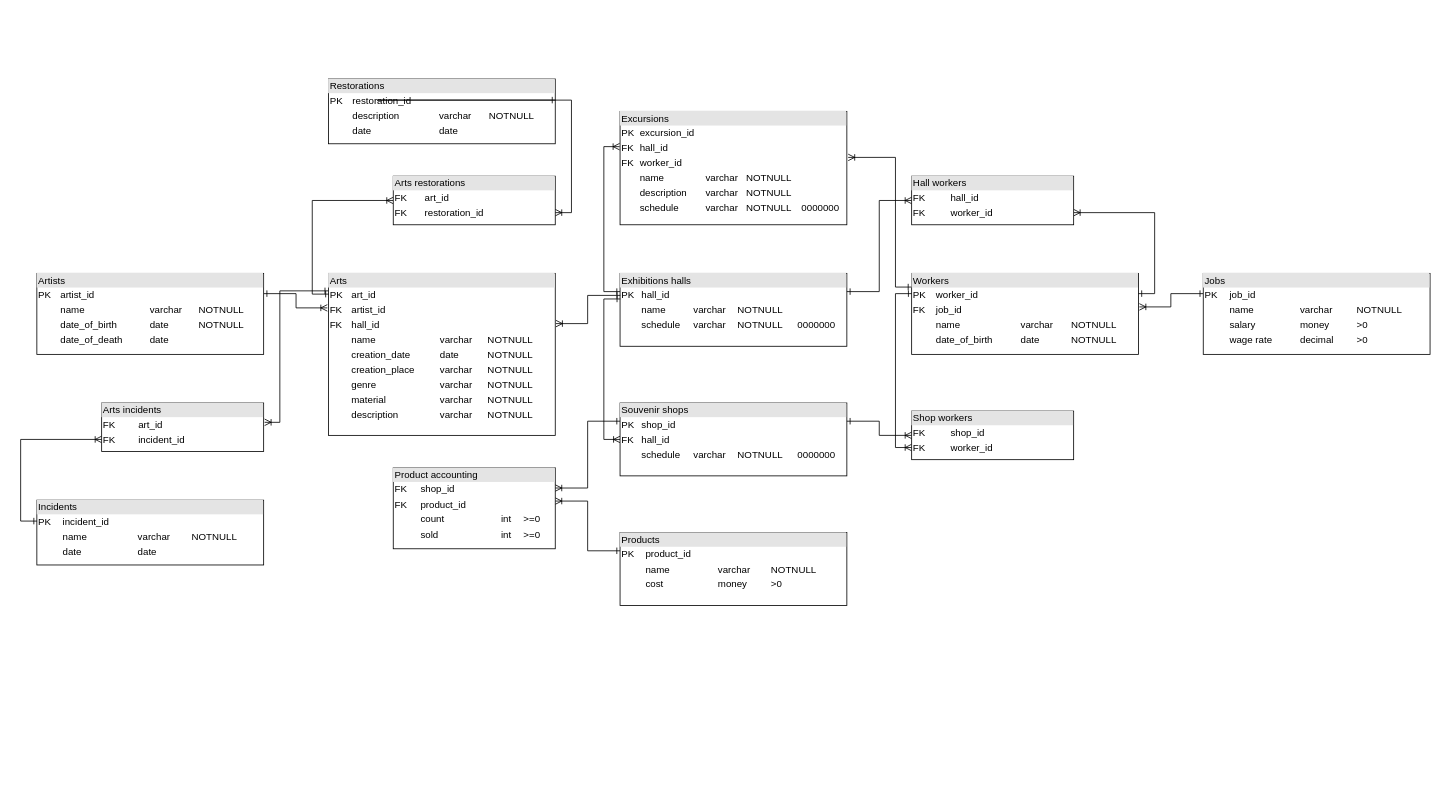
polyymorr/art-museum keeps this draw.io diagram as Art_museum_Morozova_Kakoulina_Vokina.drawio. Above is the earlier version. Source tidied: cells renumbered, new cells numbered last; positions are measured from the earlier drawing's top-left corner, leaving out a move shared by most shapes. Both pictures are drawn from the tidied source at 81%, with x=0, y=0 at pixel (36, 79).
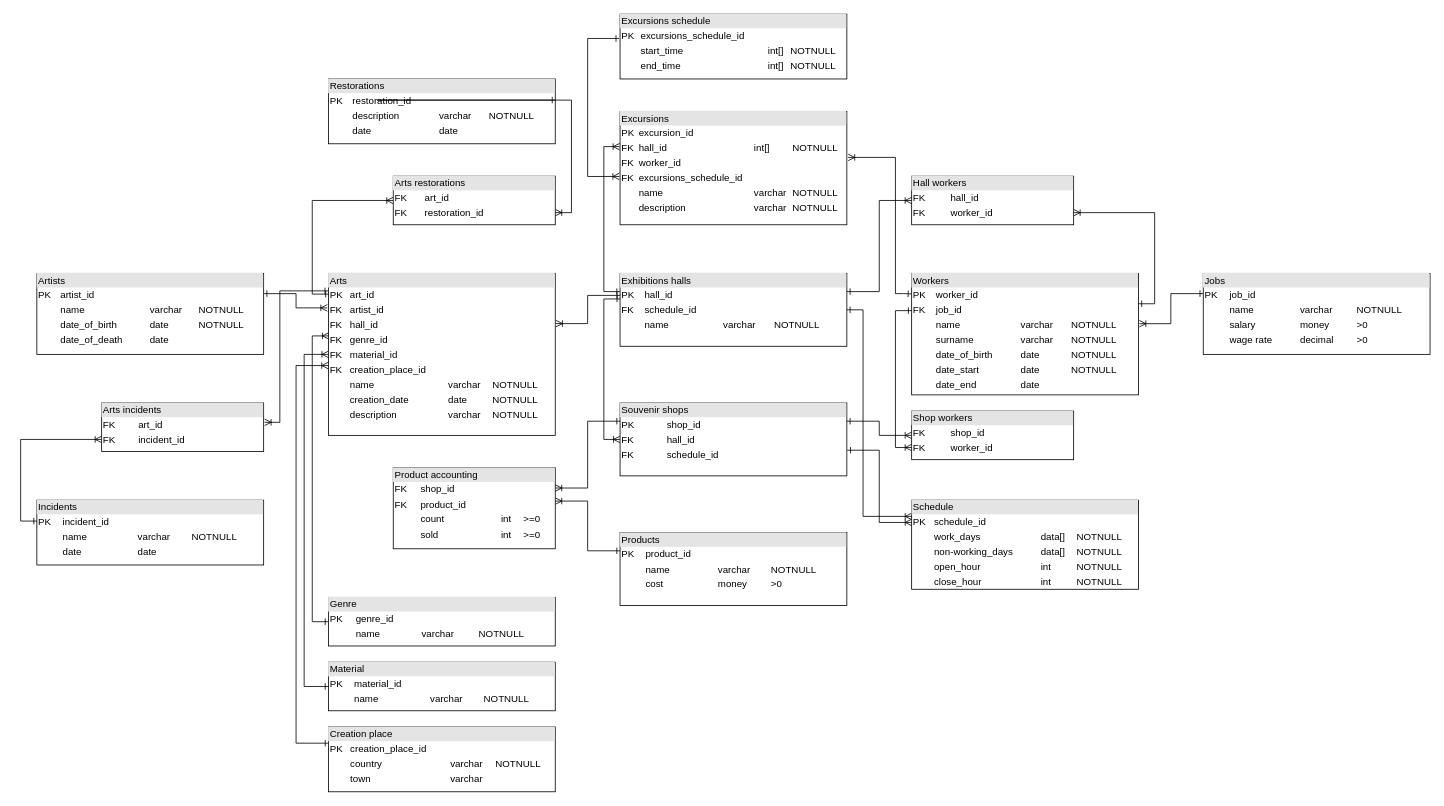
The same diagram, later.

Unchanged cells that the change refers to:
```xml
<mxCell id="14" value="&lt;div style=&quot;box-sizing: border-box ; width: 100% ; background: rgb(228 , 228 , 228) ; padding: 2px&quot;&gt;Shop workers&lt;/div&gt;&lt;table style=&quot;width: 100% ; font-size: 1em&quot; cellpadding=&quot;2&quot; cellspacing=&quot;0&quot;&gt;&lt;tbody&gt;&lt;tr&gt;&lt;td&gt;FK&lt;/td&gt;&lt;td&gt;shop_id&lt;br&gt;&lt;/td&gt;&lt;td&gt;&lt;br&gt;&lt;/td&gt;&lt;td&gt;&lt;br&gt;&lt;/td&gt;&lt;/tr&gt;&lt;tr&gt;&lt;td&gt;FK&lt;/td&gt;&lt;td&gt;worker_id&lt;/td&gt;&lt;td&gt;&lt;/td&gt;&lt;td&gt;&lt;br&gt;&lt;/td&gt;&lt;/tr&gt;&lt;/tbody&gt;&lt;/table&gt;" style="verticalAlign=top;align=left;overflow=fill;html=1;" parent="1" vertex="1">
  <mxGeometry x="1080" y="410" width="200" height="60" as="geometry" />
</mxCell>
```

Diff of the diagram source:
```diff
@@
-    <mxCell id="2" value="&lt;div style=&quot;box-sizing: border-box ; width: 100% ; background: #e4e4e4 ; padding: 2px&quot;&gt;Exhibitions halls&lt;/div&gt;&lt;table style=&quot;width: 100% ; font-size: 1em&quot; cellpadding=&quot;2&quot; cellspacing=&quot;0&quot;&gt;&lt;tbody&gt;&lt;tr&gt;&lt;td&gt;PK&lt;/td&gt;&lt;td&gt;hall_id&lt;br&gt;&lt;/td&gt;&lt;td&gt;&lt;br&gt;&lt;/td&gt;&lt;td&gt;&lt;br&gt;&lt;/td&gt;&lt;td&gt;&lt;br&gt;&lt;/td&gt;&lt;/tr&gt;&lt;tr&gt;&lt;td&gt;&lt;br&gt;&lt;/td&gt;&lt;td&gt;name&lt;/td&gt;&lt;td&gt;varchar&lt;/td&gt;&lt;td&gt;NOTNULL&lt;/td&gt;&lt;td&gt;&lt;br&gt;&lt;/td&gt;&lt;/tr&gt;&lt;tr&gt;&lt;td&gt;&lt;br&gt;&lt;/td&gt;&lt;td&gt;schedule&lt;/td&gt;&lt;td&gt;varchar&lt;/td&gt;&lt;td&gt;NOTNULL&lt;/td&gt;&lt;td&gt;0000000&lt;/td&gt;&lt;/tr&gt;&lt;/tbody&gt;&lt;/table&gt;" style="verticalAlign=top;align=left;overflow=fill;html=1;" parent="1" vertex="1">
+    <mxCell id="2" value="&lt;div style=&quot;box-sizing: border-box ; width: 100% ; background: #e4e4e4 ; padding: 2px&quot;&gt;Exhibitions halls&lt;/div&gt;&lt;table style=&quot;width: 100% ; font-size: 1em&quot; cellpadding=&quot;2&quot; cellspacing=&quot;0&quot;&gt;&lt;tbody&gt;&lt;tr&gt;&lt;td&gt;PK&lt;/td&gt;&lt;td&gt;hall_id&lt;br&gt;&lt;/td&gt;&lt;td&gt;&lt;br&gt;&lt;/td&gt;&lt;td&gt;&lt;br&gt;&lt;/td&gt;&lt;td&gt;&lt;br&gt;&lt;/td&gt;&lt;/tr&gt;&lt;tr&gt;&lt;td&gt;FK&lt;/td&gt;&lt;td&gt;schedule_id&lt;/td&gt;&lt;td&gt;&lt;br&gt;&lt;/td&gt;&lt;td&gt;&lt;br&gt;&lt;/td&gt;&lt;td&gt;&lt;br&gt;&lt;/td&gt;&lt;/tr&gt;&lt;tr&gt;&lt;td&gt;&lt;br&gt;&lt;/td&gt;&lt;td&gt;name&lt;/td&gt;&lt;td&gt;varchar&lt;/td&gt;&lt;td&gt;NOTNULL&lt;/td&gt;&lt;td&gt;&lt;br&gt;&lt;/td&gt;&lt;/tr&gt;&lt;/tbody&gt;&lt;/table&gt;" style="verticalAlign=top;align=left;overflow=fill;html=1;" parent="1" vertex="1">
       <mxGeometry x="720" y="240" width="280" height="90" as="geometry" />
     </mxCell>
@@
-    <mxCell id="4" value="&lt;div style=&quot;box-sizing: border-box ; width: 100% ; background: #e4e4e4 ; padding: 2px&quot;&gt;Souvenir shops&lt;/div&gt;&lt;table style=&quot;width: 100% ; font-size: 1em&quot; cellpadding=&quot;2&quot; cellspacing=&quot;0&quot;&gt;&lt;tbody&gt;&lt;tr&gt;&lt;td&gt;PK&lt;/td&gt;&lt;td&gt;shop_id&lt;br&gt;&lt;/td&gt;&lt;td&gt;&lt;br&gt;&lt;/td&gt;&lt;td&gt;&lt;br&gt;&lt;/td&gt;&lt;td&gt;&lt;br&gt;&lt;/td&gt;&lt;/tr&gt;&lt;tr&gt;&lt;td&gt;FK&lt;/td&gt;&lt;td&gt;hall_id&lt;br&gt;&lt;/td&gt;&lt;td&gt;&lt;/td&gt;&lt;td&gt;&lt;/td&gt;&lt;td&gt;&lt;/td&gt;&lt;/tr&gt;&lt;tr&gt;&lt;td&gt;&lt;br&gt;&lt;/td&gt;&lt;td&gt;schedule&lt;/td&gt;&lt;td&gt;varchar&lt;/td&gt;&lt;td&gt;NOTNULL&lt;/td&gt;&lt;td&gt;0000000&lt;/td&gt;&lt;/tr&gt;&lt;/tbody&gt;&lt;/table&gt;" style="verticalAlign=top;align=left;overflow=fill;html=1;" parent="1" vertex="1">
+    <mxCell id="4" value="&lt;div style=&quot;box-sizing: border-box ; width: 100% ; background: #e4e4e4 ; padding: 2px&quot;&gt;Souvenir shops&lt;/div&gt;&lt;table style=&quot;width: 100% ; font-size: 1em&quot; cellpadding=&quot;2&quot; cellspacing=&quot;0&quot;&gt;&lt;tbody&gt;&lt;tr&gt;&lt;td&gt;PK&lt;/td&gt;&lt;td&gt;shop_id&lt;br&gt;&lt;/td&gt;&lt;td&gt;&lt;br&gt;&lt;/td&gt;&lt;td&gt;&lt;br&gt;&lt;/td&gt;&lt;td&gt;&lt;br&gt;&lt;/td&gt;&lt;/tr&gt;&lt;tr&gt;&lt;td&gt;FK&lt;/td&gt;&lt;td&gt;hall_id&lt;br&gt;&lt;/td&gt;&lt;td&gt;&lt;/td&gt;&lt;td&gt;&lt;/td&gt;&lt;td&gt;&lt;/td&gt;&lt;/tr&gt;&lt;tr&gt;&lt;td&gt;FK&lt;/td&gt;&lt;td&gt;schedule_id&lt;/td&gt;&lt;td&gt;&lt;br&gt;&lt;/td&gt;&lt;td&gt;&lt;br&gt;&lt;/td&gt;&lt;td&gt;&lt;br&gt;&lt;/td&gt;&lt;/tr&gt;&lt;/tbody&gt;&lt;/table&gt;" style="verticalAlign=top;align=left;overflow=fill;html=1;" parent="1" vertex="1">
       <mxGeometry x="720" y="400" width="280" height="90" as="geometry" />
     </mxCell>
@@
-    <mxCell id="10" value="&lt;div style=&quot;box-sizing: border-box ; width: 100% ; background: #e4e4e4 ; padding: 2px&quot;&gt;Workers&lt;/div&gt;&lt;table style=&quot;width: 100% ; font-size: 1em&quot; cellpadding=&quot;2&quot; cellspacing=&quot;0&quot;&gt;&lt;tbody&gt;&lt;tr&gt;&lt;td&gt;PK&lt;/td&gt;&lt;td&gt;worker_id&lt;br&gt;&lt;/td&gt;&lt;td&gt;&lt;br&gt;&lt;/td&gt;&lt;td&gt;&lt;br&gt;&lt;/td&gt;&lt;/tr&gt;&lt;tr&gt;&lt;td&gt;FK&lt;/td&gt;&lt;td&gt;job_id&lt;/td&gt;&lt;td&gt;&lt;br&gt;&lt;/td&gt;&lt;td&gt;&lt;br&gt;&lt;/td&gt;&lt;/tr&gt;&lt;tr&gt;&lt;td&gt;&lt;br&gt;&lt;/td&gt;&lt;td&gt;name&lt;/td&gt;&lt;td&gt;varchar&lt;/td&gt;&lt;td&gt;NOTNULL&lt;/td&gt;&lt;/tr&gt;&lt;tr&gt;&lt;td&gt;&lt;br&gt;&lt;/td&gt;&lt;td&gt;date_of_birth&lt;/td&gt;&lt;td&gt;date&lt;/td&gt;&lt;td&gt;NOTNULL&lt;/td&gt;&lt;/tr&gt;&lt;/tbody&gt;&lt;/table&gt;" style="verticalAlign=top;align=left;overflow=fill;html=1;" parent="1" vertex="1">
-      <mxGeometry x="1080" y="240" width="280" height="100" as="geometry" />
+    <mxCell id="10" value="&lt;div style=&quot;box-sizing: border-box ; width: 100% ; background: #e4e4e4 ; padding: 2px&quot;&gt;Workers&lt;/div&gt;&lt;table style=&quot;width: 100% ; font-size: 1em&quot; cellpadding=&quot;2&quot; cellspacing=&quot;0&quot;&gt;&lt;tbody&gt;&lt;tr&gt;&lt;td&gt;PK&lt;/td&gt;&lt;td&gt;worker_id&lt;br&gt;&lt;/td&gt;&lt;td&gt;&lt;br&gt;&lt;/td&gt;&lt;td&gt;&lt;br&gt;&lt;/td&gt;&lt;/tr&gt;&lt;tr&gt;&lt;td&gt;FK&lt;/td&gt;&lt;td&gt;job_id&lt;/td&gt;&lt;td&gt;&lt;br&gt;&lt;/td&gt;&lt;td&gt;&lt;br&gt;&lt;/td&gt;&lt;/tr&gt;&lt;tr&gt;&lt;td&gt;&lt;br&gt;&lt;/td&gt;&lt;td&gt;name&lt;/td&gt;&lt;td&gt;varchar&lt;/td&gt;&lt;td&gt;NOTNULL&lt;/td&gt;&lt;/tr&gt;&lt;tr&gt;&lt;td&gt;&lt;br&gt;&lt;/td&gt;&lt;td&gt;surname&lt;/td&gt;&lt;td&gt;varchar&lt;/td&gt;&lt;td&gt;NOTNULL&lt;/td&gt;&lt;/tr&gt;&lt;tr&gt;&lt;td&gt;&lt;br&gt;&lt;/td&gt;&lt;td&gt;date_of_birth&lt;/td&gt;&lt;td&gt;date&lt;/td&gt;&lt;td&gt;NOTNULL&lt;/td&gt;&lt;/tr&gt;&lt;tr&gt;&lt;td&gt;&lt;br&gt;&lt;/td&gt;&lt;td&gt;date_start&lt;/td&gt;&lt;td&gt;date&lt;/td&gt;&lt;td&gt;NOTNULL&lt;/td&gt;&lt;/tr&gt;&lt;tr&gt;&lt;td&gt;&lt;br&gt;&lt;/td&gt;&lt;td&gt;date_end&lt;/td&gt;&lt;td&gt;date&lt;/td&gt;&lt;td&gt;&lt;br&gt;&lt;/td&gt;&lt;/tr&gt;&lt;/tbody&gt;&lt;/table&gt;" style="verticalAlign=top;align=left;overflow=fill;html=1;" parent="1" vertex="1">
+      <mxGeometry x="1080" y="240" width="280" height="150" as="geometry" />
     </mxCell>
@@
-    <mxCell id="13" style="edgeStyle=orthogonalEdgeStyle;rounded=0;jettySize=auto;html=1;exitX=0;exitY=0.75;exitDx=0;exitDy=0;entryX=0;entryY=0.25;entryDx=0;entryDy=0;startArrow=ERoneToMany;startFill=0;endArrow=ERone;endFill=0;" parent="1" edge="1" source="14" target="10">
-      <mxGeometry relative="1" as="geometry" />
+    <mxCell id="13" style="edgeStyle=orthogonalEdgeStyle;rounded=0;jettySize=auto;html=1;exitX=0;exitY=0.75;exitDx=0;exitDy=0;startArrow=ERoneToMany;startFill=0;endArrow=ERone;endFill=0;" parent="1" edge="1" source="14">
+      <mxGeometry relative="1" as="geometry">
+        <mxPoint x="1080" y="286" as="targetPoint" />
+        <Array as="points">
+          <mxPoint x="1060" y="455" />
+          <mxPoint x="1060" y="286" />
+          <mxPoint x="1080" y="286" />
+        </Array>
+      </mxGeometry>
     </mxCell>
@@
-    <mxCell id="20" value="&lt;div style=&quot;box-sizing: border-box ; width: 100% ; background: #e4e4e4 ; padding: 2px&quot;&gt;Arts&lt;/div&gt;&lt;table style=&quot;width: 100% ; font-size: 1em&quot; cellpadding=&quot;2&quot; cellspacing=&quot;0&quot;&gt;&lt;tbody&gt;&lt;tr&gt;&lt;td&gt;PK&lt;/td&gt;&lt;td&gt;art_id&lt;br&gt;&lt;/td&gt;&lt;td&gt;&lt;br&gt;&lt;/td&gt;&lt;td&gt;&lt;br&gt;&lt;/td&gt;&lt;td&gt;&lt;br&gt;&lt;/td&gt;&lt;/tr&gt;&lt;tr&gt;&lt;td&gt;FK&lt;/td&gt;&lt;td&gt;artist_id&lt;/td&gt;&lt;td&gt;&lt;br&gt;&lt;/td&gt;&lt;td&gt;&lt;br&gt;&lt;/td&gt;&lt;td&gt;&lt;br&gt;&lt;/td&gt;&lt;/tr&gt;&lt;tr&gt;&lt;td&gt;FK&lt;/td&gt;&lt;td&gt;hall_id&lt;/td&gt;&lt;td&gt;&lt;br&gt;&lt;/td&gt;&lt;td&gt;&lt;br&gt;&lt;/td&gt;&lt;td&gt;&lt;br&gt;&lt;/td&gt;&lt;/tr&gt;&lt;tr&gt;&lt;td&gt;&lt;br&gt;&lt;/td&gt;&lt;td&gt;name&lt;/td&gt;&lt;td&gt;varchar&lt;/td&gt;&lt;td&gt;NOTNULL&lt;/td&gt;&lt;td&gt;&lt;br&gt;&lt;/td&gt;&lt;/tr&gt;&lt;tr&gt;&lt;td&gt;&lt;br&gt;&lt;/td&gt;&lt;td&gt;creation_date&lt;/td&gt;&lt;td&gt;date&lt;/td&gt;&lt;td&gt;NOTNULL&lt;/td&gt;&lt;td&gt;&lt;/td&gt;&lt;/tr&gt;&lt;tr&gt;&lt;td&gt;&lt;br&gt;&lt;/td&gt;&lt;td&gt;creation_place&lt;/td&gt;&lt;td&gt;varchar&lt;/td&gt;&lt;td&gt;NOTNULL&lt;/td&gt;&lt;td&gt;&lt;br&gt;&lt;/td&gt;&lt;/tr&gt;&lt;tr&gt;&lt;td&gt;&lt;br&gt;&lt;/td&gt;&lt;td&gt;genre&lt;/td&gt;&lt;td&gt;varchar&lt;/td&gt;&lt;td&gt;NOTNULL&lt;/td&gt;&lt;td&gt;&lt;br&gt;&lt;/td&gt;&lt;/tr&gt;&lt;tr&gt;&lt;td&gt;&lt;br&gt;&lt;/td&gt;&lt;td&gt;material&lt;/td&gt;&lt;td&gt;varchar&lt;/td&gt;&lt;td&gt;NOTNULL&lt;/td&gt;&lt;td&gt;&lt;br&gt;&lt;/td&gt;&lt;/tr&gt;&lt;tr&gt;&lt;td&gt;&lt;br&gt;&lt;/td&gt;&lt;td&gt;description&lt;/td&gt;&lt;td&gt;varchar&lt;/td&gt;&lt;td&gt;NOTNULL&lt;/td&gt;&lt;td&gt;&lt;br&gt;&lt;/td&gt;&lt;/tr&gt;&lt;/tbody&gt;&lt;/table&gt;" style="verticalAlign=top;align=left;overflow=fill;html=1;" parent="1" vertex="1">
+    <mxCell id="20" value="&lt;div style=&quot;box-sizing: border-box ; width: 100% ; background: #e4e4e4 ; padding: 2px&quot;&gt;Arts&lt;/div&gt;&lt;table style=&quot;width: 100% ; font-size: 1em&quot; cellpadding=&quot;2&quot; cellspacing=&quot;0&quot;&gt;&lt;tbody&gt;&lt;tr&gt;&lt;td&gt;PK&lt;/td&gt;&lt;td&gt;art_id&lt;br&gt;&lt;/td&gt;&lt;td&gt;&lt;br&gt;&lt;/td&gt;&lt;td&gt;&lt;br&gt;&lt;/td&gt;&lt;td&gt;&lt;br&gt;&lt;/td&gt;&lt;/tr&gt;&lt;tr&gt;&lt;td&gt;FK&lt;/td&gt;&lt;td&gt;artist_id&lt;/td&gt;&lt;td&gt;&lt;br&gt;&lt;/td&gt;&lt;td&gt;&lt;br&gt;&lt;/td&gt;&lt;td&gt;&lt;br&gt;&lt;/td&gt;&lt;/tr&gt;&lt;tr&gt;&lt;td&gt;FK&lt;/td&gt;&lt;td&gt;hall_id&lt;/td&gt;&lt;td&gt;&lt;br&gt;&lt;/td&gt;&lt;td&gt;&lt;br&gt;&lt;/td&gt;&lt;td&gt;&lt;br&gt;&lt;/td&gt;&lt;/tr&gt;&lt;tr&gt;&lt;td&gt;FK&lt;/td&gt;&lt;td&gt;genre_id&lt;/td&gt;&lt;td&gt;&lt;br&gt;&lt;/td&gt;&lt;td&gt;&lt;br&gt;&lt;/td&gt;&lt;td&gt;&lt;br&gt;&lt;/td&gt;&lt;/tr&gt;&lt;tr&gt;&lt;td&gt;FK&lt;/td&gt;&lt;td&gt;material_id&lt;/td&gt;&lt;td&gt;&lt;br&gt;&lt;/td&gt;&lt;td&gt;&lt;br&gt;&lt;/td&gt;&lt;td&gt;&lt;br&gt;&lt;/td&gt;&lt;/tr&gt;&lt;tr&gt;&lt;td&gt;FK&lt;/td&gt;&lt;td&gt;creation_place_id&lt;/td&gt;&lt;td&gt;&lt;br&gt;&lt;/td&gt;&lt;td&gt;&lt;br&gt;&lt;/td&gt;&lt;td&gt;&lt;br&gt;&lt;/td&gt;&lt;/tr&gt;&lt;tr&gt;&lt;td&gt;&lt;br&gt;&lt;/td&gt;&lt;td&gt;name&lt;/td&gt;&lt;td&gt;varchar&lt;/td&gt;&lt;td&gt;NOTNULL&lt;/td&gt;&lt;td&gt;&lt;br&gt;&lt;/td&gt;&lt;/tr&gt;&lt;tr&gt;&lt;td&gt;&lt;br&gt;&lt;/td&gt;&lt;td&gt;creation_date&lt;/td&gt;&lt;td&gt;date&lt;/td&gt;&lt;td&gt;NOTNULL&lt;/td&gt;&lt;td&gt;&lt;/td&gt;&lt;/tr&gt;&lt;tr&gt;&lt;td&gt;&lt;br&gt;&lt;/td&gt;&lt;td&gt;description&lt;/td&gt;&lt;td&gt;varchar&lt;/td&gt;&lt;td&gt;NOTNULL&lt;/td&gt;&lt;td&gt;&lt;br&gt;&lt;/td&gt;&lt;/tr&gt;&lt;/tbody&gt;&lt;/table&gt;" style="verticalAlign=top;align=left;overflow=fill;html=1;" parent="1" vertex="1">
       <mxGeometry x="360" y="240" width="280" height="200" as="geometry" />
     </mxCell>
@@
     <mxCell id="27" style="edgeStyle=orthogonalEdgeStyle;rounded=0;jettySize=auto;html=1;exitX=1.006;exitY=0.406;exitDx=0;exitDy=0;entryX=-0.001;entryY=0.169;entryDx=0;entryDy=0;entryPerimeter=0;startArrow=ERoneToMany;startFill=0;exitPerimeter=0;endArrow=ERone;endFill=0;" parent="1" edge="1" source="28" target="10">
       <mxGeometry relative="1" as="geometry">
         <Array as="points">
           <mxPoint x="1060" y="97" />
-          <mxPoint x="1060" y="257" />
+          <mxPoint x="1060" y="265" />
+          <mxPoint x="1070" y="265" />
         </Array>
       </mxGeometry>
     </mxCell>
-    <mxCell id="28" value="&lt;div style=&quot;box-sizing: border-box ; width: 100% ; background: #e4e4e4 ; padding: 2px&quot;&gt;Excursions&lt;/div&gt;&lt;table style=&quot;width: 100% ; font-size: 1em&quot; cellpadding=&quot;2&quot; cellspacing=&quot;0&quot;&gt;&lt;tbody&gt;&lt;tr&gt;&lt;td&gt;PK&lt;/td&gt;&lt;td&gt;excursion_id&lt;br&gt;&lt;/td&gt;&lt;td&gt;&lt;br&gt;&lt;/td&gt;&lt;td&gt;&lt;br&gt;&lt;/td&gt;&lt;td&gt;&lt;br&gt;&lt;/td&gt;&lt;/tr&gt;&lt;tr&gt;&lt;td&gt;FK&lt;/td&gt;&lt;td&gt;hall_id&lt;/td&gt;&lt;td&gt;&lt;br&gt;&lt;/td&gt;&lt;td&gt;&lt;br&gt;&lt;/td&gt;&lt;td&gt;&lt;br&gt;&lt;/td&gt;&lt;/tr&gt;&lt;tr&gt;&lt;td&gt;FK&lt;/td&gt;&lt;td&gt;worker_id&lt;/td&gt;&lt;td&gt;&lt;br&gt;&lt;/td&gt;&lt;td&gt;&lt;br&gt;&lt;/td&gt;&lt;td&gt;&lt;br&gt;&lt;/td&gt;&lt;/tr&gt;&lt;tr&gt;&lt;td&gt;&lt;br&gt;&lt;/td&gt;&lt;td&gt;name&lt;/td&gt;&lt;td&gt;varchar&lt;/td&gt;&lt;td&gt;NOTNULL&lt;/td&gt;&lt;td&gt;&lt;br&gt;&lt;/td&gt;&lt;/tr&gt;&lt;tr&gt;&lt;td&gt;&lt;br&gt;&lt;/td&gt;&lt;td&gt;description&lt;/td&gt;&lt;td&gt;varchar&lt;/td&gt;&lt;td&gt;NOTNULL&lt;/td&gt;&lt;td&gt;&lt;br&gt;&lt;/td&gt;&lt;/tr&gt;&lt;tr&gt;&lt;td&gt;&lt;br&gt;&lt;/td&gt;&lt;td&gt;schedule&lt;/td&gt;&lt;td&gt;varchar&lt;/td&gt;&lt;td&gt;NOTNULL&lt;/td&gt;&lt;td&gt;0000000&lt;/td&gt;&lt;/tr&gt;&lt;/tbody&gt;&lt;/table&gt;" style="verticalAlign=top;align=left;overflow=fill;html=1;" parent="1" vertex="1">
+    <mxCell id="28" value="&lt;div style=&quot;box-sizing: border-box ; width: 100% ; background: #e4e4e4 ; padding: 2px&quot;&gt;Excursions&lt;/div&gt;&lt;table style=&quot;width: 100% ; font-size: 1em&quot; cellpadding=&quot;2&quot; cellspacing=&quot;0&quot;&gt;&lt;tbody&gt;&lt;tr&gt;&lt;td&gt;PK&lt;/td&gt;&lt;td&gt;excursion_id&lt;br&gt;&lt;/td&gt;&lt;td&gt;&lt;br&gt;&lt;/td&gt;&lt;td&gt;&lt;br&gt;&lt;/td&gt;&lt;td&gt;&lt;br&gt;&lt;/td&gt;&lt;/tr&gt;&lt;tr&gt;&lt;td&gt;FK&lt;/td&gt;&lt;td&gt;hall_id&lt;/td&gt;&lt;td&gt;int[]&lt;/td&gt;&lt;td&gt;NOTNULL&lt;/td&gt;&lt;td&gt;&lt;br&gt;&lt;/td&gt;&lt;/tr&gt;&lt;tr&gt;&lt;td&gt;FK&lt;/td&gt;&lt;td&gt;worker_id&lt;/td&gt;&lt;td&gt;&lt;br&gt;&lt;/td&gt;&lt;td&gt;&lt;br&gt;&lt;/td&gt;&lt;td&gt;&lt;br&gt;&lt;/td&gt;&lt;/tr&gt;&lt;tr&gt;&lt;td&gt;FK&lt;/td&gt;&lt;td&gt;excursions_schedule_id&lt;/td&gt;&lt;td&gt;&lt;br&gt;&lt;/td&gt;&lt;td&gt;&lt;br&gt;&lt;/td&gt;&lt;td&gt;&lt;br&gt;&lt;/td&gt;&lt;/tr&gt;&lt;tr&gt;&lt;td&gt;&lt;br&gt;&lt;/td&gt;&lt;td&gt;name&lt;/td&gt;&lt;td&gt;varchar&lt;/td&gt;&lt;td&gt;NOTNULL&lt;/td&gt;&lt;td&gt;&lt;br&gt;&lt;/td&gt;&lt;/tr&gt;&lt;tr&gt;&lt;td&gt;&lt;br&gt;&lt;/td&gt;&lt;td&gt;description&lt;/td&gt;&lt;td&gt;varchar&lt;/td&gt;&lt;td&gt;NOTNULL&lt;/td&gt;&lt;td&gt;&lt;br&gt;&lt;/td&gt;&lt;/tr&gt;&lt;/tbody&gt;&lt;/table&gt;" style="verticalAlign=top;align=left;overflow=fill;html=1;" parent="1" vertex="1">
       <mxGeometry x="720" y="40" width="280" height="140" as="geometry" />
     </mxCell>
@@
+    <mxCell id="33" style="edgeStyle=orthogonalEdgeStyle;rounded=0;jettySize=auto;html=1;exitX=0;exitY=0.5;exitDx=0;exitDy=0;entryX=0.002;entryY=0.386;entryDx=0;entryDy=0;entryPerimeter=0;startArrow=ERone;startFill=0;endArrow=ERoneToMany;endFill=0;" parent="1" edge="1" source="34" target="20">
+      <mxGeometry relative="1" as="geometry" />
+    </mxCell>
+    <mxCell id="34" value="&lt;div style=&quot;box-sizing: border-box ; width: 100% ; background: rgb(228 , 228 , 228) ; padding: 2px&quot;&gt;Genre&lt;/div&gt;&lt;table style=&quot;width: 100% ; font-size: 1em&quot; cellpadding=&quot;2&quot; cellspacing=&quot;0&quot;&gt;&lt;tbody&gt;&lt;tr&gt;&lt;td&gt;PK&lt;/td&gt;&lt;td&gt;genre_id&lt;br&gt;&lt;/td&gt;&lt;td&gt;&lt;br&gt;&lt;/td&gt;&lt;td&gt;&lt;br&gt;&lt;/td&gt;&lt;/tr&gt;&lt;tr&gt;&lt;td&gt;&lt;br&gt;&lt;/td&gt;&lt;td&gt;name&lt;/td&gt;&lt;td&gt;varchar&lt;/td&gt;&lt;td&gt;NOTNULL&lt;/td&gt;&lt;/tr&gt;&lt;/tbody&gt;&lt;/table&gt;" style="verticalAlign=top;align=left;overflow=fill;html=1;" parent="1" vertex="1">
+      <mxGeometry x="360" y="640" width="280" height="60" as="geometry" />
+    </mxCell>
+    <mxCell id="35" style="edgeStyle=orthogonalEdgeStyle;rounded=0;jettySize=auto;html=1;exitX=0;exitY=0.5;exitDx=0;exitDy=0;entryX=0;entryY=0.5;entryDx=0;entryDy=0;startArrow=ERone;startFill=0;endArrow=ERoneToMany;endFill=0;" parent="1" edge="1" source="36" target="20">
+      <mxGeometry relative="1" as="geometry">
+        <Array as="points">
+          <mxPoint x="330" y="750" />
+          <mxPoint x="330" y="340" />
+        </Array>
+      </mxGeometry>
+    </mxCell>
+    <mxCell id="36" value="&lt;div style=&quot;box-sizing: border-box ; width: 100% ; background: rgb(228 , 228 , 228) ; padding: 2px&quot;&gt;Material&lt;/div&gt;&lt;table style=&quot;width: 100% ; font-size: 1em&quot; cellpadding=&quot;2&quot; cellspacing=&quot;0&quot;&gt;&lt;tbody&gt;&lt;tr&gt;&lt;td&gt;PK&lt;/td&gt;&lt;td&gt;material_id&lt;br&gt;&lt;/td&gt;&lt;td&gt;&lt;br&gt;&lt;/td&gt;&lt;td&gt;&lt;br&gt;&lt;/td&gt;&lt;/tr&gt;&lt;tr&gt;&lt;td&gt;&lt;br&gt;&lt;/td&gt;&lt;td&gt;name&lt;/td&gt;&lt;td&gt;varchar&lt;/td&gt;&lt;td&gt;NOTNULL&lt;/td&gt;&lt;/tr&gt;&lt;/tbody&gt;&lt;/table&gt;" style="verticalAlign=top;align=left;overflow=fill;html=1;" parent="1" vertex="1">
+      <mxGeometry x="360" y="720" width="280" height="60" as="geometry" />
+    </mxCell>
+    <mxCell id="37" style="edgeStyle=orthogonalEdgeStyle;rounded=0;jettySize=auto;html=1;exitX=0;exitY=0.25;exitDx=0;exitDy=0;entryX=-0.001;entryY=0.569;entryDx=0;entryDy=0;entryPerimeter=0;startArrow=ERone;startFill=0;endArrow=ERoneToMany;endFill=0;" parent="1" edge="1" source="38" target="20">
+      <mxGeometry relative="1" as="geometry">
+        <Array as="points">
+          <mxPoint x="320" y="820" />
+          <mxPoint x="320" y="354" />
+        </Array>
+      </mxGeometry>
+    </mxCell>
+    <mxCell id="38" value="&lt;div style=&quot;box-sizing: border-box ; width: 100% ; background: rgb(228 , 228 , 228) ; padding: 2px&quot;&gt;Creation place&lt;/div&gt;&lt;table style=&quot;width: 100% ; font-size: 1em&quot; cellpadding=&quot;2&quot; cellspacing=&quot;0&quot;&gt;&lt;tbody&gt;&lt;tr&gt;&lt;td&gt;PK&lt;/td&gt;&lt;td&gt;creation_place_id&lt;br&gt;&lt;/td&gt;&lt;td&gt;&lt;br&gt;&lt;/td&gt;&lt;td&gt;&lt;br&gt;&lt;/td&gt;&lt;/tr&gt;&lt;tr&gt;&lt;td&gt;&lt;br&gt;&lt;/td&gt;&lt;td&gt;country&lt;/td&gt;&lt;td&gt;varchar&lt;/td&gt;&lt;td&gt;NOTNULL&lt;/td&gt;&lt;/tr&gt;&lt;tr&gt;&lt;td&gt;&lt;br&gt;&lt;/td&gt;&lt;td&gt;town&lt;/td&gt;&lt;td&gt;varchar&lt;/td&gt;&lt;td&gt;&lt;br&gt;&lt;/td&gt;&lt;/tr&gt;&lt;/tbody&gt;&lt;/table&gt;" style="verticalAlign=top;align=left;overflow=fill;html=1;" parent="1" vertex="1">
+      <mxGeometry x="360" y="800" width="280" height="80" as="geometry" />
+    </mxCell>
+    <mxCell id="39" style="edgeStyle=orthogonalEdgeStyle;rounded=0;jettySize=auto;html=1;exitX=0;exitY=0.25;exitDx=0;exitDy=0;entryX=1.002;entryY=0.648;entryDx=0;entryDy=0;entryPerimeter=0;startArrow=ERoneToMany;startFill=0;endArrow=ERone;endFill=0;" parent="1" edge="1" source="41" target="4">
+      <mxGeometry relative="1" as="geometry" />
+    </mxCell>
+    <mxCell id="40" style="edgeStyle=orthogonalEdgeStyle;rounded=0;jettySize=auto;html=1;entryX=1;entryY=0.5;entryDx=0;entryDy=0;startArrow=ERoneToMany;startFill=0;endArrow=ERone;endFill=0;exitX=0;exitY=0.182;exitDx=0;exitDy=0;exitPerimeter=0;" parent="1" edge="1" source="41" target="2">
+      <mxGeometry relative="1" as="geometry">
+        <Array as="points">
+          <mxPoint x="1020" y="540" />
+          <mxPoint x="1020" y="285" />
+        </Array>
+      </mxGeometry>
+    </mxCell>
+    <mxCell id="41" value="&lt;div style=&quot;box-sizing: border-box ; width: 100% ; background: #e4e4e4 ; padding: 2px&quot;&gt;Schedule&lt;/div&gt;&lt;table style=&quot;width: 100% ; font-size: 1em&quot; cellpadding=&quot;2&quot; cellspacing=&quot;0&quot;&gt;&lt;tbody&gt;&lt;tr&gt;&lt;td&gt;PK&lt;/td&gt;&lt;td&gt;schedule_id&lt;br&gt;&lt;/td&gt;&lt;td&gt;&lt;br&gt;&lt;/td&gt;&lt;td&gt;&lt;br&gt;&lt;/td&gt;&lt;/tr&gt;&lt;tr&gt;&lt;td&gt;&lt;br&gt;&lt;/td&gt;&lt;td&gt;work_days&lt;/td&gt;&lt;td&gt;data[]&lt;/td&gt;&lt;td&gt;NOTNULL&lt;/td&gt;&lt;/tr&gt;&lt;tr&gt;&lt;td&gt;&lt;br&gt;&lt;/td&gt;&lt;td&gt;non-working_days&lt;/td&gt;&lt;td&gt;data[]&lt;/td&gt;&lt;td&gt;NOTNULL&lt;/td&gt;&lt;/tr&gt;&lt;tr&gt;&lt;td&gt;&lt;br&gt;&lt;/td&gt;&lt;td&gt;open_hour&lt;/td&gt;&lt;td&gt;int&lt;/td&gt;&lt;td&gt;NOTNULL&lt;/td&gt;&lt;/tr&gt;&lt;tr&gt;&lt;td&gt;&lt;br&gt;&lt;/td&gt;&lt;td&gt;close_hour&lt;/td&gt;&lt;td&gt;int&lt;/td&gt;&lt;td&gt;NOTNULL&lt;/td&gt;&lt;/tr&gt;&lt;tr&gt;&lt;td&gt;&lt;br&gt;&lt;/td&gt;&lt;td&gt;&lt;br&gt;&lt;/td&gt;&lt;td&gt;&lt;br&gt;&lt;/td&gt;&lt;td&gt;&lt;br&gt;&lt;/td&gt;&lt;/tr&gt;&lt;/tbody&gt;&lt;/table&gt;" style="verticalAlign=top;align=left;overflow=fill;html=1;" parent="1" vertex="1">
+      <mxGeometry x="1080" y="520" width="280" height="110" as="geometry" />
+    </mxCell>
+    <mxCell id="42" style="edgeStyle=orthogonalEdgeStyle;rounded=0;jettySize=auto;html=1;entryX=-0.003;entryY=0.574;entryDx=0;entryDy=0;entryPerimeter=0;startArrow=ERone;startFill=0;endArrow=ERoneToMany;endFill=0;" parent="1" edge="1" target="28">
+      <mxGeometry relative="1" as="geometry">
+        <mxPoint x="719" y="-50" as="sourcePoint" />
+        <Array as="points">
+          <mxPoint x="680" y="-50" />
+          <mxPoint x="680" y="120" />
+        </Array>
+      </mxGeometry>
+    </mxCell>
+    <mxCell id="43" value="&lt;div style=&quot;box-sizing: border-box ; width: 100% ; background: #e4e4e4 ; padding: 2px&quot;&gt;Excursions schedule&lt;/div&gt;&lt;table style=&quot;width: 100% ; font-size: 1em&quot; cellpadding=&quot;2&quot; cellspacing=&quot;0&quot;&gt;&lt;tbody&gt;&lt;tr&gt;&lt;td&gt;PK&lt;/td&gt;&lt;td&gt;excursions_schedule_id&lt;br&gt;&lt;/td&gt;&lt;td&gt;&lt;br&gt;&lt;/td&gt;&lt;td&gt;&lt;br&gt;&lt;/td&gt;&lt;/tr&gt;&lt;tr&gt;&lt;td&gt;&lt;br&gt;&lt;/td&gt;&lt;td&gt;start_time&lt;/td&gt;&lt;td&gt;int[]&lt;/td&gt;&lt;td&gt;NOTNULL&lt;/td&gt;&lt;/tr&gt;&lt;tr&gt;&lt;td&gt;&lt;br&gt;&lt;/td&gt;&lt;td&gt;end_time&lt;/td&gt;&lt;td&gt;int[]&lt;/td&gt;&lt;td&gt;NOTNULL&lt;/td&gt;&lt;/tr&gt;&lt;tr&gt;&lt;td&gt;&lt;br&gt;&lt;/td&gt;&lt;td&gt;&lt;br&gt;&lt;/td&gt;&lt;td&gt;&lt;br&gt;&lt;/td&gt;&lt;td&gt;&lt;br&gt;&lt;/td&gt;&lt;/tr&gt;&lt;/tbody&gt;&lt;/table&gt;" style="verticalAlign=top;align=left;overflow=fill;html=1;" parent="1" vertex="1">
+      <mxGeometry x="720" y="-80" width="280" height="80" as="geometry" />
+    </mxCell>
```
